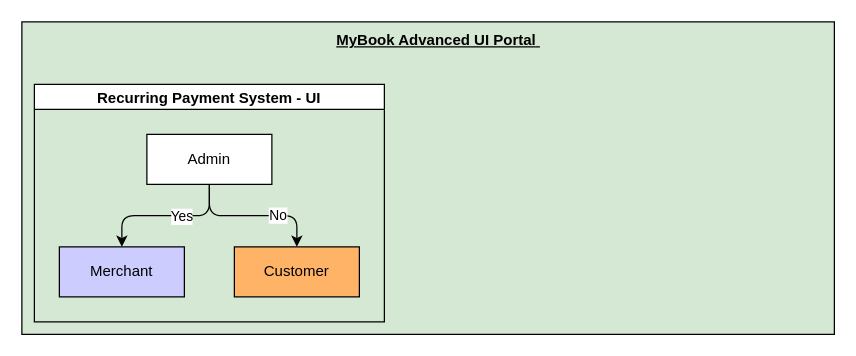
Earlier version of the draw.io diagram Untitled Diagram.drawio (kk-ecu/tobedeleted). Source tidied: cells renumbered, new cells numbered last; positions are measured from the earlier drawing's top-left corner, leaving out a move shared by most shapes. Both pictures are drawn from the tidied source at 125%, with x=0, y=0 at pixel (21, 21).
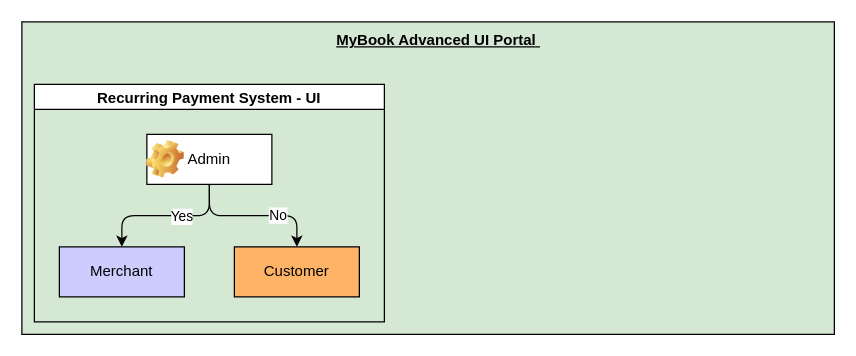
The same diagram, later.

What changed in the source:
```diff
@@
 <mxGraphModel>
   <root>
     <mxCell id="0" />
     <mxCell id="1" parent="0" />
     <mxCell id="2" style="rounded=0;whiteSpace=wrap;html=1;fillColor=#D5E8D4;" parent="1" vertex="1">
       <mxGeometry width="650" height="250" as="geometry" />
     </mxCell>
     <mxCell id="3" value="&lt;div style=&quot;&quot;&gt;&lt;span style=&quot;background-color: initial;&quot;&gt;MyBook Advanced UI Portal&lt;/span&gt;&lt;span style=&quot;background-color: initial; text-wrap: nowrap; color: rgba(0, 0, 0, 0); font-family: monospace; font-size: 0px;&quot;&gt;%3 CmxGraphModel%3E%3Croot%3E%3CmxCell%20id%3D%220%22%2F%3E%3CmxCell%20id%3D%221%22%20parent%3D%220%22%2F%3E%3CmxCell%20id%3D%222%22%20value%3D%22c%22%20style%3D%22ellipse%3BwhiteSpace%3Dwrap%3Bhtml%3D1%3B%22%20vertex%3D%221%22%20parent%3D%221%22%3E%3CmxGeometry%20x%3D%22340%22%20y%3D%22470%22%20width%3D%2210%22%20height%3D%2210%22%20as%3D%22geometry%22%2F%3E%3C%2FmxCell%3E%3C%2Froot%3E%3C%2FmxGraphModel%3E&lt;/span&gt;&lt;span style=&quot;background-color: initial;&quot;&gt;&amp;nbsp;&lt;/span&gt;&lt;/div&gt;" style="text;html=1;align=left;verticalAlign=middle;whiteSpace=wrap;rounded=1;fontStyle=5;" parent="1" vertex="1">
       <mxGeometry x="250" width="190" height="30" as="geometry" />
     </mxCell>
     <mxCell id="4" value="Recurring Payment System - UI" style="swimlane;startSize=20;horizontal=1;horizontalTree=0;containerType=tree;fontSize=12;" parent="1" vertex="1">
       <mxGeometry x="10" y="50" width="280" height="190" as="geometry" />
     </mxCell>
     <mxCell id="5" value="Admin" style="whiteSpace=wrap;html=1;" parent="4" vertex="1">
       <mxGeometry x="90" y="40" width="100" height="40" as="geometry" />
     </mxCell>
     <mxCell id="6" value="Merchant" style="whiteSpace=wrap;html=1;fillColor=#CCCCFF;" parent="4" vertex="1">
       <mxGeometry x="20" y="130" width="100" height="40" as="geometry" />
     </mxCell>
     <mxCell id="7" style="edgeStyle=elbowEdgeStyle;elbow=vertical;html=1;rounded=1;curved=0;sourcePerimeterSpacing=0;targetPerimeterSpacing=0;startSize=6;endSize=6;" parent="4" edge="1" source="5" target="6">
       <mxGeometry relative="1" as="geometry" />
     </mxCell>
     <mxCell id="8" value="Yes" style="edgeLabel;html=1;align=center;verticalAlign=middle;" parent="7" vertex="1">
       <mxGeometry x="-0.2" relative="1" as="geometry" />
     </mxCell>
     <mxCell id="9" value="Customer" style="whiteSpace=wrap;html=1;fillColor=#FFB366;" parent="4" vertex="1">
       <mxGeometry x="160" y="130" width="100" height="40" as="geometry" />
     </mxCell>
     <mxCell id="10" style="edgeStyle=elbowEdgeStyle;elbow=vertical;html=1;rounded=1;curved=0;sourcePerimeterSpacing=0;targetPerimeterSpacing=0;startSize=6;endSize=6;" parent="4" edge="1" source="5" target="9">
       <mxGeometry relative="1" as="geometry" />
     </mxCell>
     <mxCell id="11" value="No" style="edgeLabel;html=1;align=center;verticalAlign=middle;" parent="10" vertex="1">
       <mxGeometry x="0.32" y="1" relative="1" as="geometry" />
     </mxCell>
+    <mxCell id="12" style="shape=image;html=1;verticalLabelPosition=bottom;verticalAlign=top;imageAspect=0;image=img/clipart/Gear_128x128.png;" parent="4" vertex="1">
+      <mxGeometry x="90" y="45" width="30" height="30" as="geometry" />
+    </mxCell>
   </root>
 </mxGraphModel>
```
